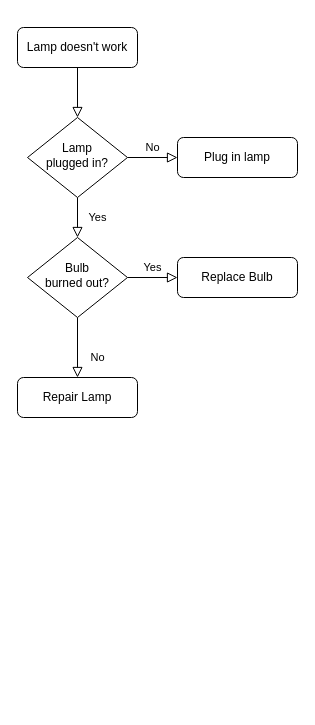
Above: doan2/luudo.drawio in zijipia/ArduinoCpp (draw.io), before the change. Source tidied: cells renumbered, new cells numbered last; positions are measured from the earlier drawing's top-left corner, leaving out a move shared by most shapes. Both pictures are drawn from the tidied source at 100%, with x=0, y=0 at pixel (17, 27).
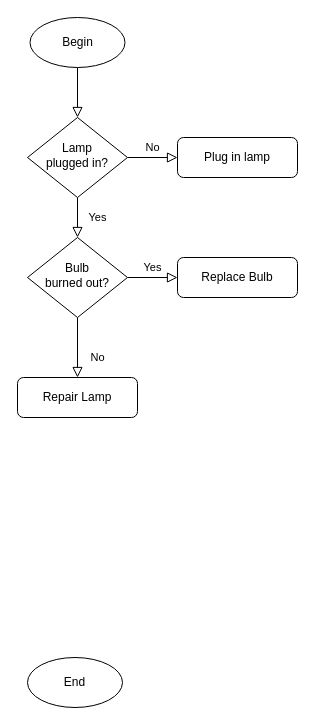
The same page after the edit.

Change to the diagram source:
```diff
@@
 <mxGraphModel>
   <root>
     <mxCell id="0" />
     <mxCell id="1" parent="0" />
-    <mxCell id="2" style="rounded=0;html=1;jettySize=auto;fontSize=11;endArrow=block;endFill=0;endSize=8;strokeWidth=1;shadow=0;labelBackgroundColor=none;edgeStyle=orthogonalEdgeStyle;" parent="1" edge="1" source="3" target="6">
+    <mxCell id="2" style="rounded=0;html=1;jettySize=auto;fontSize=11;endArrow=block;endFill=0;endSize=8;strokeWidth=1;shadow=0;labelBackgroundColor=none;edgeStyle=orthogonalEdgeStyle;exitX=0.5;exitY=1;exitDx=0;exitDy=0;" parent="1" edge="1" source="13" target="6">
       <mxGeometry relative="1" as="geometry" />
     </mxCell>
-    <mxCell id="3" value="Lamp doesn't work" style="rounded=1;whiteSpace=wrap;html=1;fontSize=12;glass=0;strokeWidth=1;shadow=0;" parent="1" vertex="1">
-      <mxGeometry width="120" height="40" as="geometry" />
-    </mxCell>
     <mxCell id="4" value="Yes" style="rounded=0;html=1;jettySize=auto;fontSize=11;endArrow=block;endFill=0;endSize=8;strokeWidth=1;shadow=0;labelBackgroundColor=none;edgeStyle=orthogonalEdgeStyle;" parent="1" edge="1" source="6" target="10">
       <mxGeometry y="20" relative="1" as="geometry" />
     </mxCell>
     <mxCell id="5" value="No" style="edgeStyle=orthogonalEdgeStyle;rounded=0;html=1;jettySize=auto;fontSize=11;endArrow=block;endFill=0;endSize=8;strokeWidth=1;shadow=0;labelBackgroundColor=none;" parent="1" edge="1" source="6" target="7">
       <mxGeometry y="10" relative="1" as="geometry" />
     </mxCell>
     <mxCell id="6" value="Lamp&lt;br&gt;plugged in?" style="rhombus;whiteSpace=wrap;html=1;shadow=0;fontFamily=Helvetica;fontSize=12;align=center;strokeWidth=1;spacing=6;spacingTop=-4;" parent="1" vertex="1">
       <mxGeometry x="10" y="90" width="100" height="80" as="geometry" />
     </mxCell>
     <mxCell id="7" value="Plug in lamp" style="rounded=1;whiteSpace=wrap;html=1;fontSize=12;glass=0;strokeWidth=1;shadow=0;" parent="1" vertex="1">
       <mxGeometry x="160" y="110" width="120" height="40" as="geometry" />
     </mxCell>
     <mxCell id="8" value="No" style="rounded=0;html=1;jettySize=auto;fontSize=11;endArrow=block;endFill=0;endSize=8;strokeWidth=1;shadow=0;labelBackgroundColor=none;edgeStyle=orthogonalEdgeStyle;" parent="1" edge="1" source="10" target="11">
       <mxGeometry x="0.33" y="20" relative="1" as="geometry" />
     </mxCell>
     <mxCell id="9" value="Yes" style="edgeStyle=orthogonalEdgeStyle;rounded=0;html=1;jettySize=auto;fontSize=11;endArrow=block;endFill=0;endSize=8;strokeWidth=1;shadow=0;labelBackgroundColor=none;" parent="1" edge="1" source="10" target="12">
       <mxGeometry y="10" relative="1" as="geometry" />
     </mxCell>
     <mxCell id="10" value="Bulb&lt;br&gt;burned out?" style="rhombus;whiteSpace=wrap;html=1;shadow=0;fontFamily=Helvetica;fontSize=12;align=center;strokeWidth=1;spacing=6;spacingTop=-4;" parent="1" vertex="1">
       <mxGeometry x="10" y="210" width="100" height="80" as="geometry" />
     </mxCell>
     <mxCell id="11" value="Repair Lamp" style="rounded=1;whiteSpace=wrap;html=1;fontSize=12;glass=0;strokeWidth=1;shadow=0;" parent="1" vertex="1">
       <mxGeometry y="350" width="120" height="40" as="geometry" />
     </mxCell>
     <mxCell id="12" value="Replace Bulb" style="rounded=1;whiteSpace=wrap;html=1;fontSize=12;glass=0;strokeWidth=1;shadow=0;" parent="1" vertex="1">
       <mxGeometry x="160" y="230" width="120" height="40" as="geometry" />
     </mxCell>
+    <mxCell id="13" value="Begin" style="ellipse;whiteSpace=wrap;html=1;" parent="1" vertex="1">
+      <mxGeometry x="12.5" y="-10" width="95" height="50" as="geometry" />
+    </mxCell>
+    <mxCell id="14" value="End" style="ellipse;whiteSpace=wrap;html=1;" parent="1" vertex="1">
+      <mxGeometry x="10" y="630" width="95" height="50" as="geometry" />
+    </mxCell>
   </root>
 </mxGraphModel>
```
